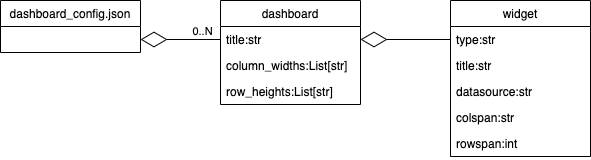
Before: figures/dashboard-config.png, a diagram exported from draw.io (wh3248/hydrogen-widgets). Source tidied: cells renumbered, new cells last; positions are measured from the earlier drawing's top-left corner, leaving out a move shared by most shapes.
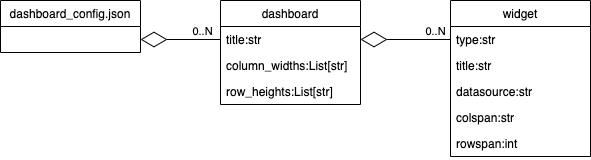
After the change.

What changed in the source:
```diff
@@ -48,5 +48,10 @@
     <mxCell id="15" style="endArrow=diamondThin;endFill=0;endSize=24;html=1;rounded=0;entryX=1;entryY=0.5;entryDx=0;entryDy=0;exitX=0;exitY=0.5;exitDx=0;exitDy=0;" parent="1" edge="1" source="10" target="4">
       <mxGeometry relative="1" as="geometry" />
     </mxCell>
+    <mxCell id="16" value="0..N" style="edgeLabel;html=1;align=center;verticalAlign=middle;" parent="15" vertex="1">
+      <mxGeometry x="-0.64" relative="1" as="geometry">
+        <mxPoint y="-9" as="offset" />
+      </mxGeometry>
+    </mxCell>
   </root>
 </mxGraphModel>
```
